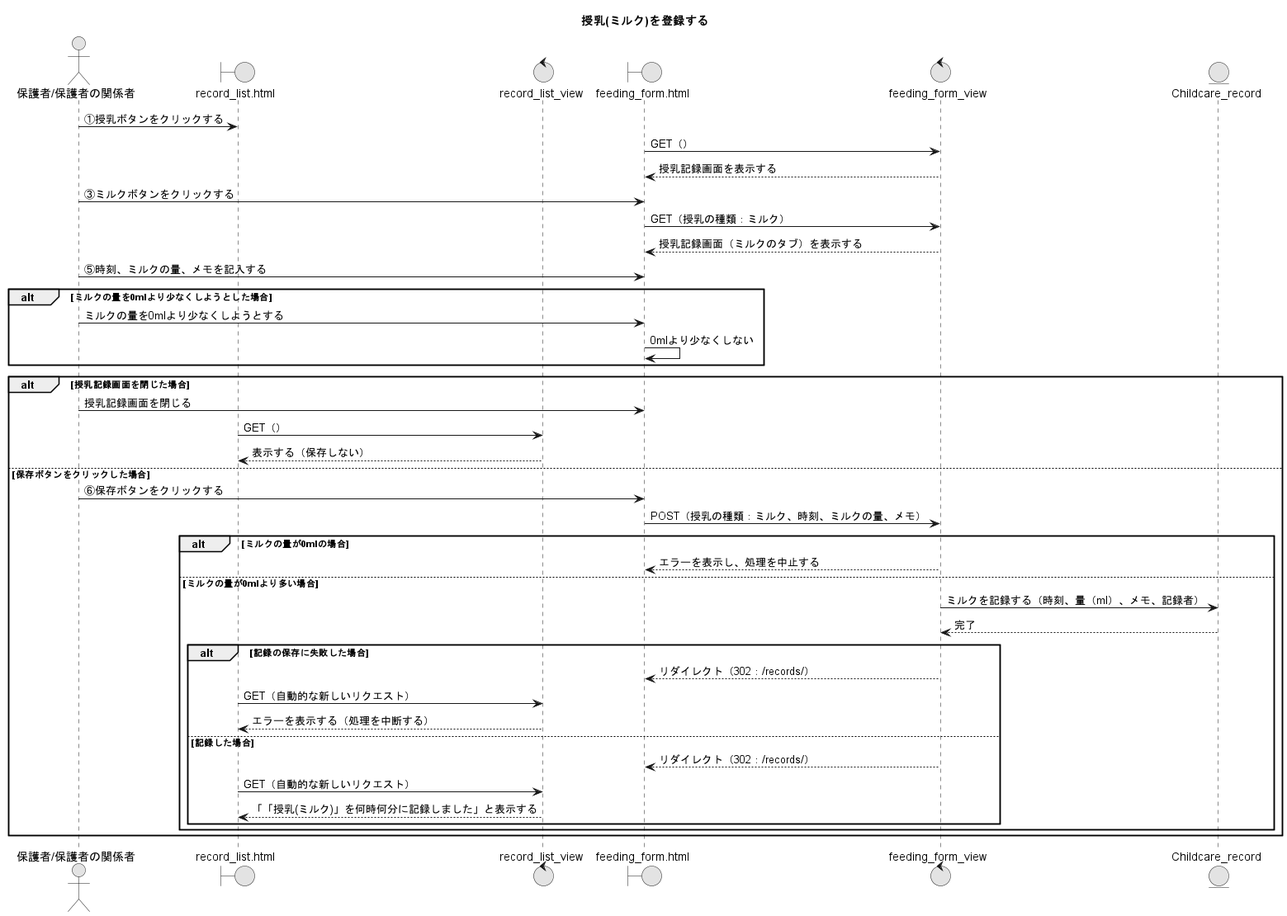
Earlier version of the PlantUML export PNG/26_授乳(ミルク)を登録する.png (Ma2naga190330/26_sotugyou_puml).
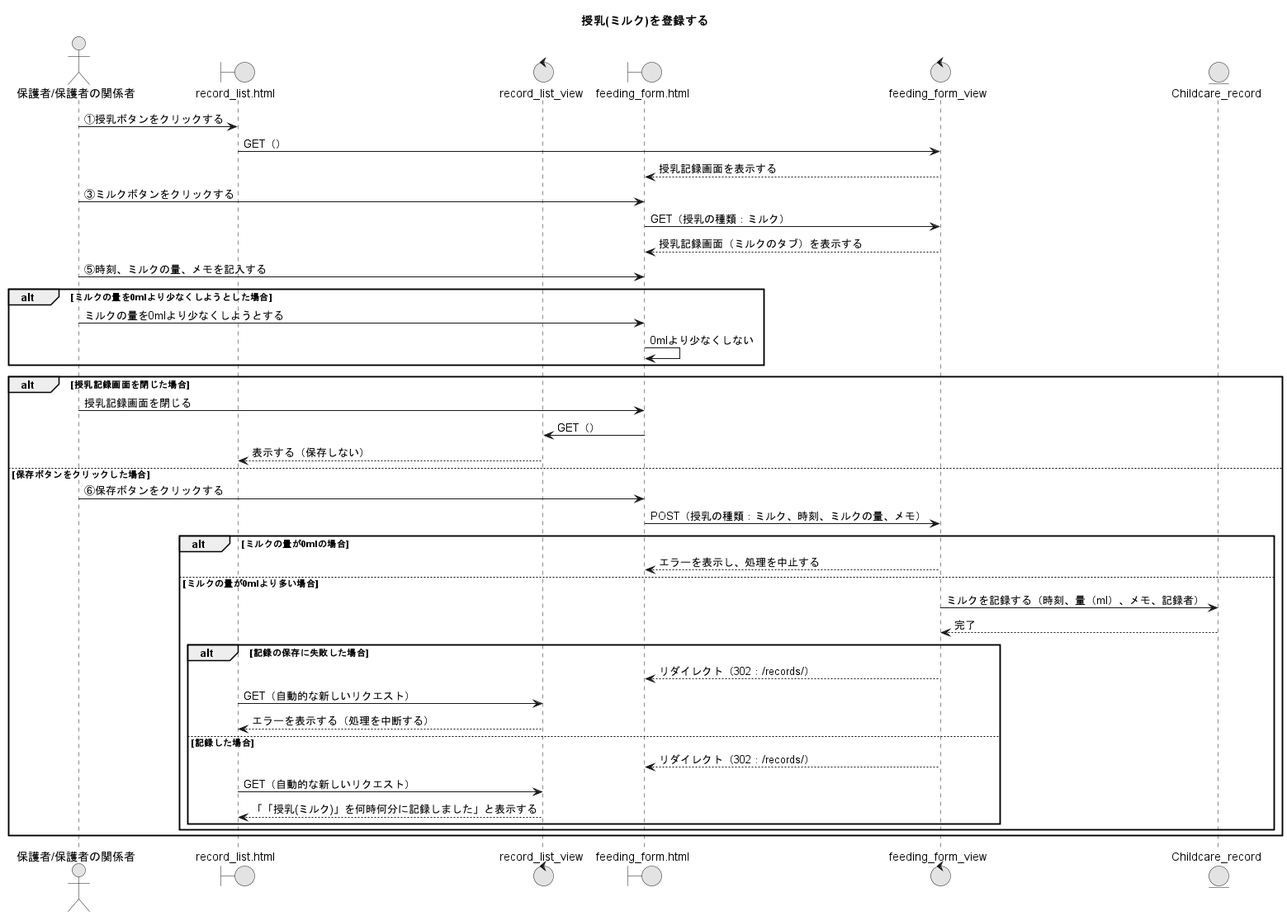
The same file after the commit.

The edit, as a diff of the source:
```diff
@@ -11,7 +11,7 @@
 entity "Childcare_record" as CRM
 
 A -> RLP : ①授乳ボタンをクリックする
-FFP -> FFV : GET（）
+RLP -> FFV : GET（）
 FFV --> FFP : 授乳記録画面を表示する
 
 A -> FFP : ③ミルクボタンをクリックする
@@ -26,7 +26,7 @@
 
 alt 授乳記録画面を閉じた場合
   A -> FFP : 授乳記録画面を閉じる
-  RLP -> RLV : GET（）
+  FFP -> RLV : GET（）
   RLV --> RLP : 表示する（保存しない）
 else 保存ボタンをクリックした場合
   A -> FFP : ⑥保存ボタンをクリックする
```
